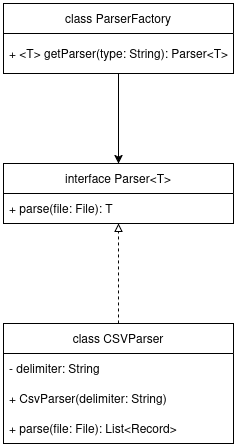
This is UMLDiagrams/Factory.png from baketti/CSVDataAnalyzer, a draw.io export, as it was before one commit. Source tidied: cells renumbered, new cells last; positions are measured from the earlier drawing's top-left corner, leaving out a move shared by most shapes.
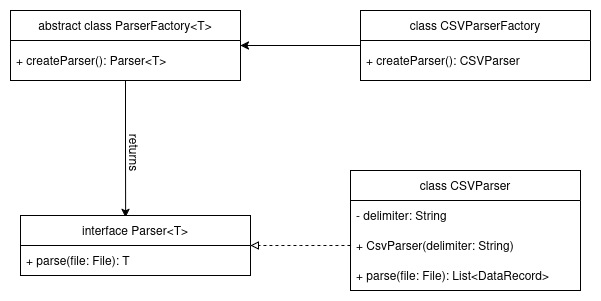
The same file after the commit.

The edit, as a diff of the source:
```diff
@@ -2,40 +2,49 @@
   <root>
     <mxCell id="0" />
     <mxCell id="1" parent="0" />
-    <mxCell id="2" style="edgeStyle=orthogonalEdgeStyle;rounded=0;jettySize=auto;html=1;entryX=0.5;entryY=0;entryDx=0;entryDy=0;" parent="1" edge="1" source="3" target="5">
-      <mxGeometry relative="1" as="geometry" />
-    </mxCell>
-    <mxCell id="3" value="class ParserFactory" style="swimlane;fontStyle=0;horizontal=1;startSize=30;whiteSpace=wrap;html=1;" parent="1" vertex="1">
-      <mxGeometry width="230" height="70" as="geometry" />
-    </mxCell>
-    <mxCell id="4" value="+ &amp;lt;T&amp;gt; getParser(type: String): Parser&amp;lt;T&amp;gt;" style="text;strokeColor=none;fillColor=none;align=left;verticalAlign=middle;spacingLeft=4;spacingRight=4;overflow=hidden;whiteSpace=wrap;html=1;" parent="3" vertex="1">
-      <mxGeometry y="30" width="230" height="40" as="geometry" />
-    </mxCell>
+    <mxCell id="12" style="edgeStyle=orthogonalEdgeStyle;rounded=0;jettySize=auto;html=1;exitX=0.5;exitY=1;exitDx=0;exitDy=0;entryX=0.457;entryY=0.033;entryDx=0;entryDy=0;entryPerimeter=0;" parent="1" edge="1" source="13" target="5">
+      <mxGeometry relative="1" as="geometry" />
+    </mxCell>
+    <mxCell id="13" value="abstract class ParserFactory&amp;lt;T&amp;gt;" style="swimlane;fontStyle=0;horizontal=1;startSize=30;whiteSpace=wrap;html=1;" parent="1" vertex="1">
+      <mxGeometry x="-170" y="130" width="230" height="70" as="geometry" />
+    </mxCell>
+    <mxCell id="14" value="+ createParser(): Parser&amp;lt;T&amp;gt;" style="text;strokeColor=none;fillColor=none;align=left;verticalAlign=middle;spacingLeft=4;spacingRight=4;overflow=hidden;whiteSpace=wrap;html=1;" parent="13" vertex="1">
+      <mxGeometry y="30" width="230" height="40" as="geometry" />
+    </mxCell>
     <mxCell id="5" value="interface Parser&amp;lt;T&amp;gt;" style="swimlane;fontStyle=0;horizontal=1;startSize=30;whiteSpace=wrap;html=1;" parent="1" vertex="1">
-      <mxGeometry y="160" width="230" height="60" as="geometry" />
+      <mxGeometry x="-160" y="335" width="230" height="60" as="geometry" />
     </mxCell>
     <mxCell id="6" value="+ parse(file: File): T" style="text;strokeColor=none;fillColor=none;align=left;verticalAlign=middle;spacingLeft=4;spacingRight=4;overflow=hidden;points=[[0,0.5],[1,0.5]];portConstraint=eastwest;whiteSpace=wrap;html=1;" parent="5" vertex="1">
       <mxGeometry y="30" width="230" height="30" as="geometry" />
     </mxCell>
-    <mxCell id="7" style="edgeStyle=orthogonalEdgeStyle;rounded=0;jettySize=auto;html=1;dashed=1;endArrow=block;endFill=0;" parent="1" edge="1" source="8" target="6">
-      <mxGeometry relative="1" as="geometry">
-        <Array as="points">
-          <mxPoint x="115" y="260" />
-          <mxPoint x="115" y="260" />
-        </Array>
-      </mxGeometry>
-    </mxCell>
     <mxCell id="8" value="class CSVParser" style="swimlane;fontStyle=0;horizontal=1;startSize=30;whiteSpace=wrap;html=1;" parent="1" vertex="1">
-      <mxGeometry y="320" width="230" height="120" as="geometry" />
+      <mxGeometry x="170" y="290" width="230" height="120" as="geometry" />
     </mxCell>
     <mxCell id="9" value="- delimiter: String" style="text;strokeColor=none;fillColor=none;align=left;verticalAlign=middle;spacingLeft=4;spacingRight=4;overflow=hidden;whiteSpace=wrap;html=1;" parent="8" vertex="1">
       <mxGeometry y="30" width="230" height="30" as="geometry" />
     </mxCell>
+    <mxCell id="15" style="edgeStyle=orthogonalEdgeStyle;rounded=0;jettySize=auto;html=1;exitX=0;exitY=0.5;exitDx=0;exitDy=0;dashed=1;endArrow=block;endFill=0;" parent="8" edge="1" source="10">
+      <mxGeometry relative="1" as="geometry">
+        <mxPoint x="-100" y="75" as="targetPoint" />
+      </mxGeometry>
+    </mxCell>
     <mxCell id="10" value="+ CsvParser(delimiter: String)" style="text;strokeColor=none;fillColor=none;align=left;verticalAlign=middle;spacingLeft=4;spacingRight=4;overflow=hidden;points=[[0,0.5],[1,0.5]];portConstraint=eastwest;whiteSpace=wrap;html=1;" parent="8" vertex="1">
       <mxGeometry y="60" width="230" height="30" as="geometry" />
     </mxCell>
-    <mxCell id="11" value="+ parse(file: File): List&amp;lt;Record&amp;gt;" style="text;strokeColor=none;fillColor=none;align=left;verticalAlign=middle;spacingLeft=4;spacingRight=4;overflow=hidden;whiteSpace=wrap;html=1;" parent="8" vertex="1">
-      <mxGeometry y="90" width="230" height="30" as="geometry" />
-    </mxCell>
+    <mxCell id="16" value="+ parse(file: File): List&amp;lt;DataRecord&amp;gt;" style="text;strokeColor=none;fillColor=none;align=left;verticalAlign=middle;spacingLeft=4;spacingRight=4;overflow=hidden;whiteSpace=wrap;html=1;" parent="8" vertex="1">
+      <mxGeometry y="90" width="230" height="30" as="geometry" />
+    </mxCell>
+    <mxCell id="17" value="returns" style="text;strokeColor=none;align=center;fillColor=none;html=1;verticalAlign=middle;whiteSpace=wrap;rounded=0;rotation=90;" parent="1" vertex="1">
+      <mxGeometry x="-75" y="260" width="60" height="25" as="geometry" />
+    </mxCell>
+    <mxCell id="18" style="edgeStyle=orthogonalEdgeStyle;rounded=0;jettySize=auto;html=1;entryX=1;entryY=0.5;entryDx=0;entryDy=0;" parent="1" edge="1" source="19" target="13">
+      <mxGeometry relative="1" as="geometry" />
+    </mxCell>
+    <mxCell id="19" value="class CSVParserFactory" style="swimlane;fontStyle=0;horizontal=1;startSize=30;whiteSpace=wrap;html=1;" parent="1" vertex="1">
+      <mxGeometry x="180" y="130" width="230" height="70" as="geometry" />
+    </mxCell>
+    <mxCell id="20" value="+ createParser():&amp;nbsp;CSVParser" style="text;strokeColor=none;fillColor=none;align=left;verticalAlign=middle;spacingLeft=4;spacingRight=4;overflow=hidden;whiteSpace=wrap;html=1;" parent="19" vertex="1">
+      <mxGeometry y="30" width="230" height="40" as="geometry" />
+    </mxCell>
   </root>
 </mxGraphModel>
```
